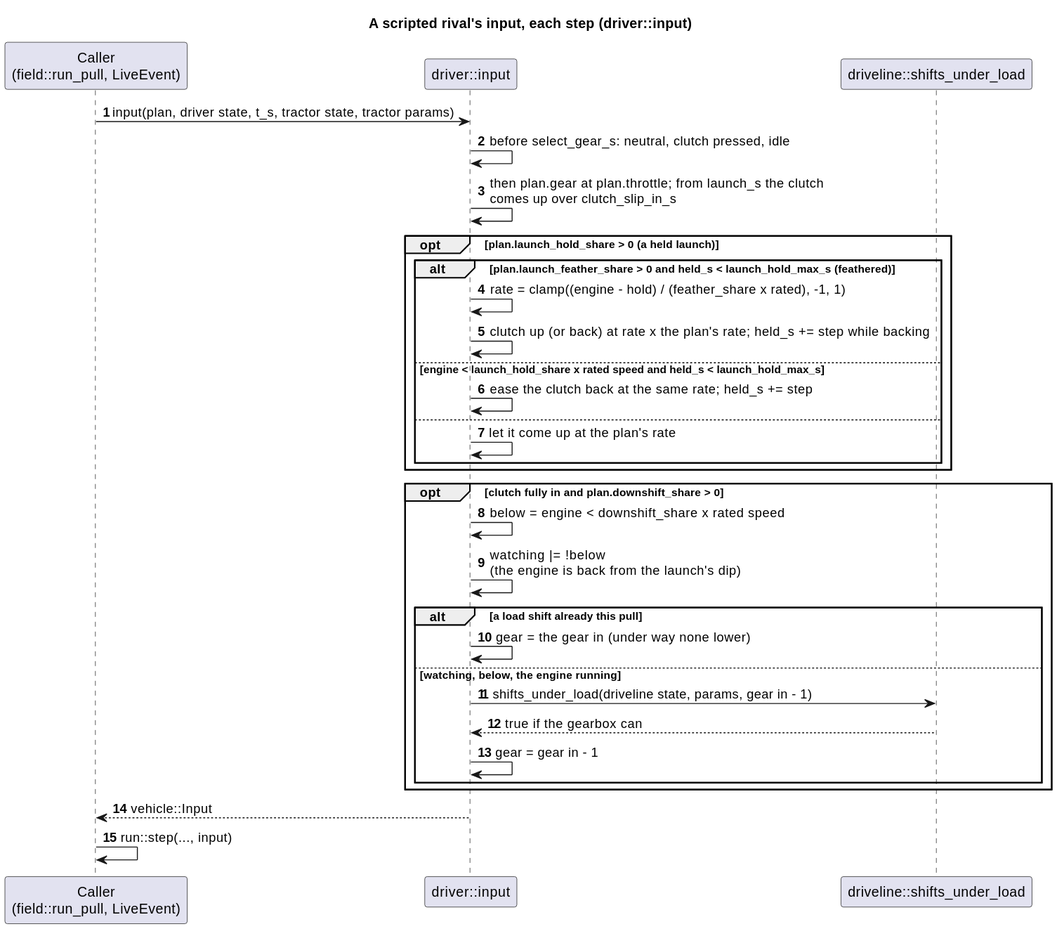
This is docs/diagrams/svg/driver_input_sequence.svg from wversteeg/TractorPulling, a PlantUML export, as it was before one commit.
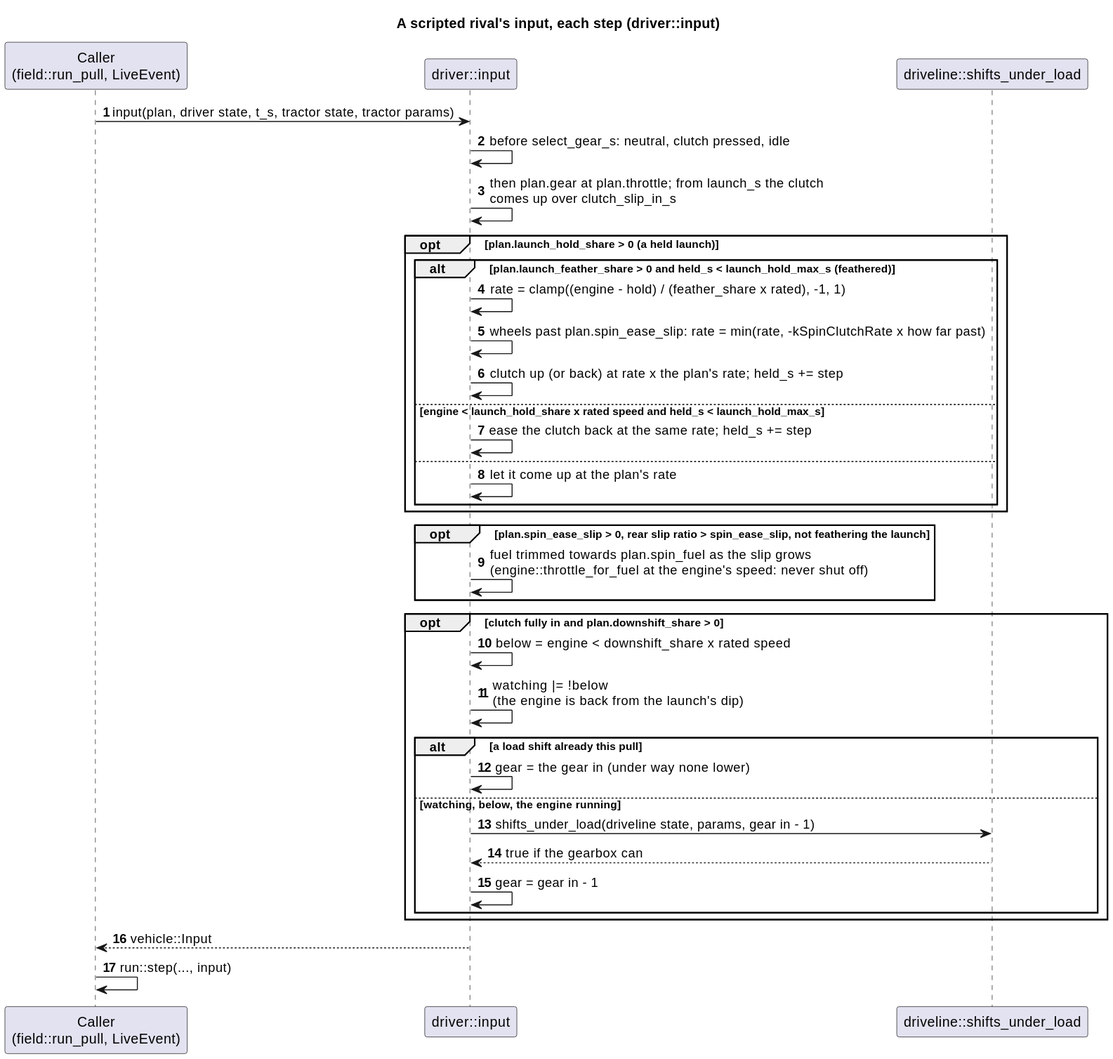
The same file after the commit.

The edit, as a diff of the source:
```diff
@@ -11,12 +11,16 @@
 opt plan.launch_hold_share > 0 (a held launch)
   alt plan.launch_feather_share > 0 and held_s < launch_hold_max_s (feathered)
     Driver -> Driver : rate = clamp((engine - hold) / (feather_share x rated), -1, 1)
-    Driver -> Driver : clutch up (or back) at rate x the plan's rate; held_s += step while backing
+    Driver -> Driver : wheels past plan.spin_ease_slip: rate = min(rate, -kSpinClutchRate x how far past)
+    Driver -> Driver : clutch up (or back) at rate x the plan's rate; held_s += step
   else engine < launch_hold_share x rated speed and held_s < launch_hold_max_s
     Driver -> Driver : ease the clutch back at the same rate; held_s += step
   else
     Driver -> Driver : let it come up at the plan's rate
   end
+end
+opt plan.spin_ease_slip > 0, rear slip ratio > spin_ease_slip, not feathering the launch
+  Driver -> Driver : fuel trimmed towards plan.spin_fuel as the slip grows\n(engine::throttle_for_fuel at the engine's speed: never shut off)
 end
 opt clutch fully in and plan.downshift_share > 0
   Driver -> Driver : below = engine < downshift_share x rated speed
```
